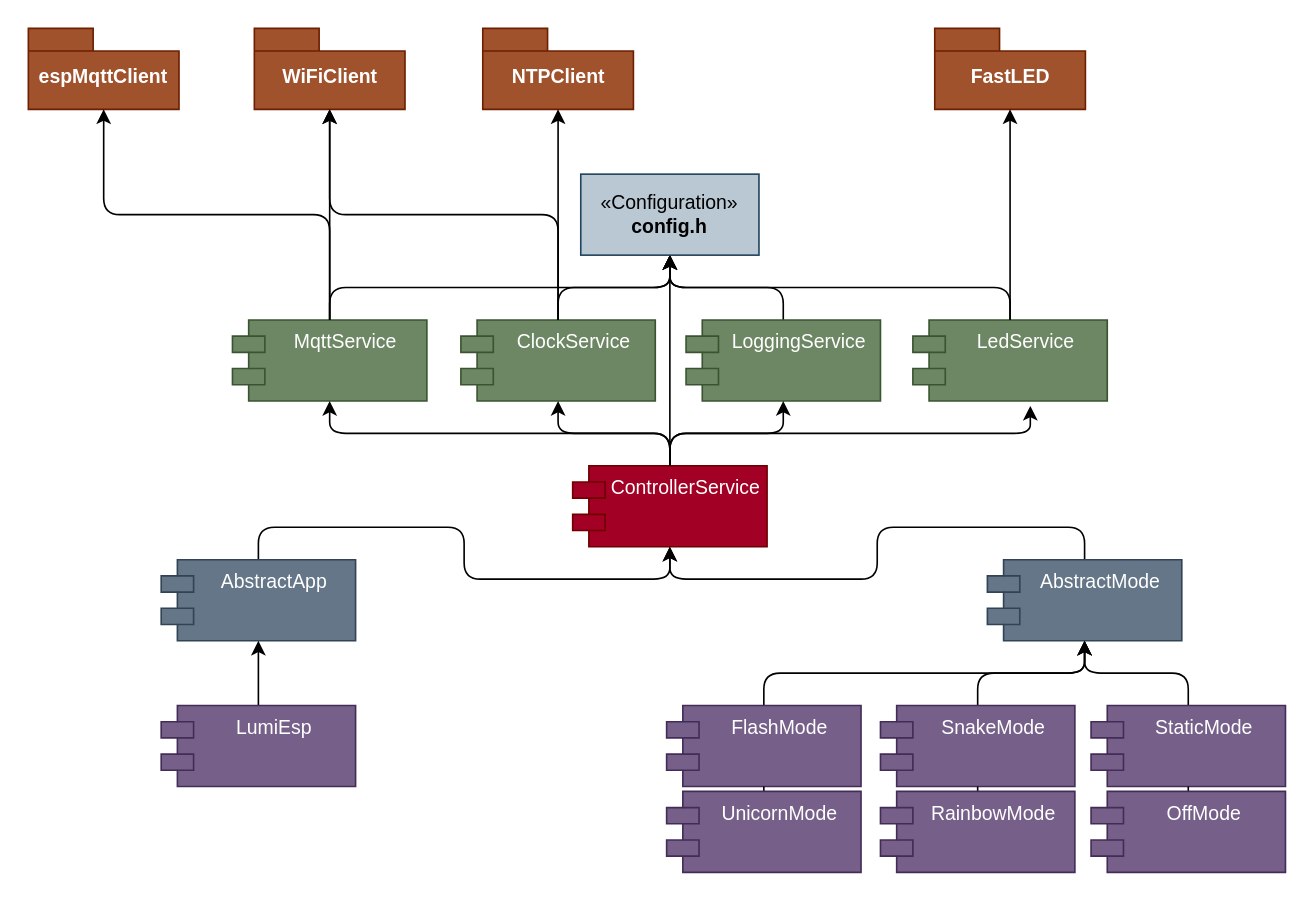
Earlier version of the draw.io diagram page "Classes" (2 of 3) of media/drawio/sketches.drawio (Friedjof/LumiESP). Source tidied: cells renumbered, new cells numbered last; positions are measured from the earlier drawing's top-left corner, leaving out a move shared by most shapes. Both pictures are drawn from the tidied source at 162%, with x=0, y=0 at pixel (28, 28).
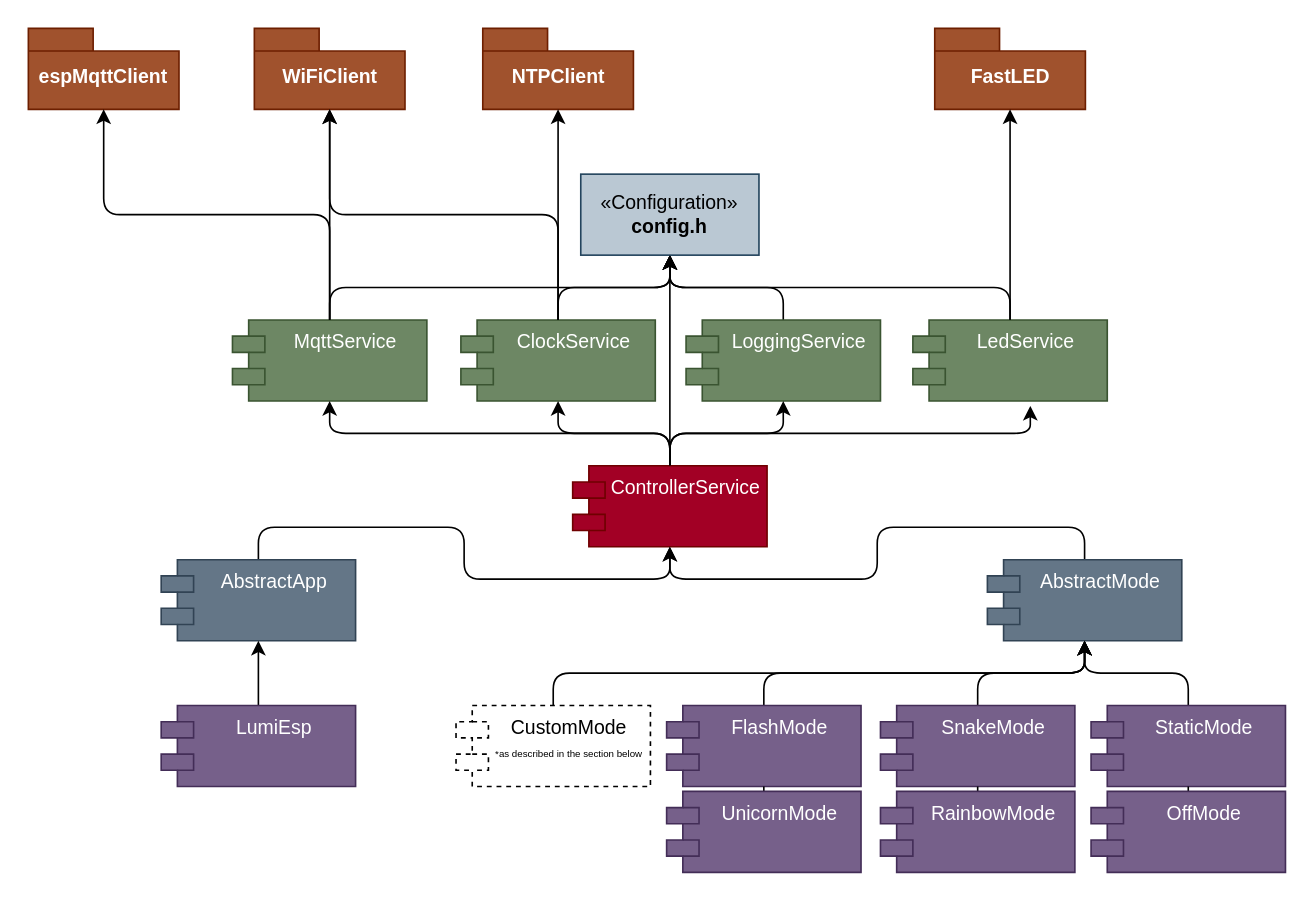
The same page after the edit.

Commit message (it also covers changes not shown here):
Add CustomMode implementation with MQTT support for dynamic color and brightness

The change refers to these unchanged cells:
```xml
<mxCell id="20" value="AbstractMode" style="shape=module;align=left;spacingLeft=20;align=center;verticalAlign=top;whiteSpace=wrap;html=1;shadow=0;rounded=1;fillColor=#647687;fontColor=#ffffff;strokeColor=#314354;" parent="1" vertex="1">
  <mxGeometry x="592" y="328" width="120" height="50" as="geometry" />
</mxCell>
```

Diff of the diagram source:
```diff
@@
+    <mxCell id="44" style="edgeStyle=orthogonalEdgeStyle;rounded=1;jettySize=auto;html=1;exitX=0.5;exitY=0;exitDx=0;exitDy=0;entryX=0.5;entryY=1;entryDx=0;entryDy=0;curved=0;" parent="1" edge="1" source="45" target="20">
+      <mxGeometry relative="1" as="geometry" />
+    </mxCell>
+    <mxCell id="45" value="CustomMode&lt;br&gt;&lt;div&gt;&lt;font style=&quot;font-size: 6px;&quot;&gt;*as described in the section below&lt;/font&gt;&lt;/div&gt;" style="shape=module;align=left;spacingLeft=20;align=center;verticalAlign=top;whiteSpace=wrap;html=1;shadow=0;rounded=1;dashed=1;fillColor=none;" parent="1" vertex="1">
+      <mxGeometry x="264" y="418" width="120" height="50" as="geometry" />
+    </mxCell>
```
